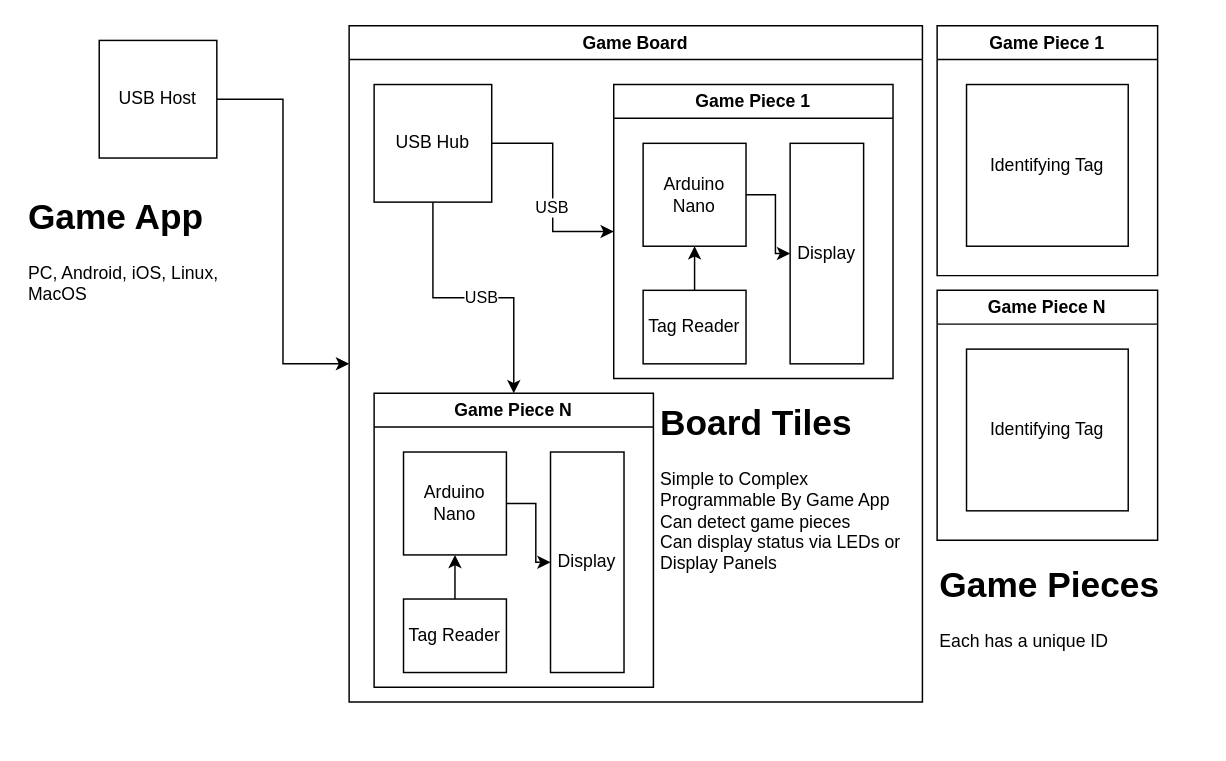
This is Untitled Diagram.drawio from sharpninja/sharpninja, a draw.io file, before an edit. Source tidied: cells renumbered, new cells numbered last; positions are measured from the earlier drawing's top-left corner, leaving out a move shared by most shapes. Both pictures are drawn from the tidied source at 147%, with x=0, y=0 at pixel (25, 25).
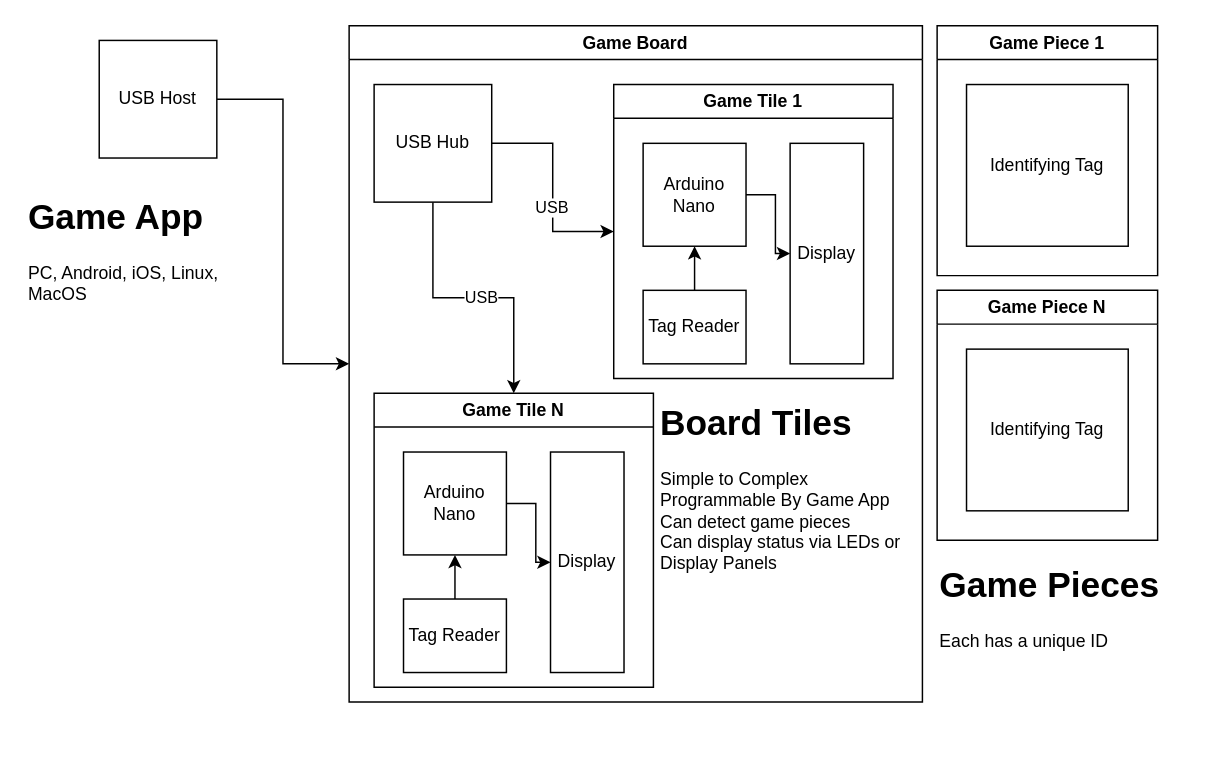
The same page after the edit.

Unchanged cells that the change refers to:
```xml
<mxCell id="4" value="Game Board" style="swimlane;whiteSpace=wrap;html=1;" parent="1" vertex="1">
  <mxGeometry x="220" width="390" height="460" as="geometry" />
</mxCell>
```

What changed in the source:
```diff
@@
-    <mxCell id="10" value="Game Piece 1" style="swimlane;whiteSpace=wrap;html=1;" parent="4" vertex="1">
+    <mxCell id="10" value="Game Tile 1" style="swimlane;whiteSpace=wrap;html=1;" parent="4" vertex="1">
       <mxGeometry x="180" y="40" width="190" height="200" as="geometry" />
     </mxCell>
@@
-    <mxCell id="16" value="Game Piece N" style="swimlane;whiteSpace=wrap;html=1;" parent="4" vertex="1">
+    <mxCell id="16" value="Game Tile N" style="swimlane;whiteSpace=wrap;html=1;" parent="4" vertex="1">
       <mxGeometry x="17" y="250" width="190" height="200" as="geometry" />
     </mxCell>
```
